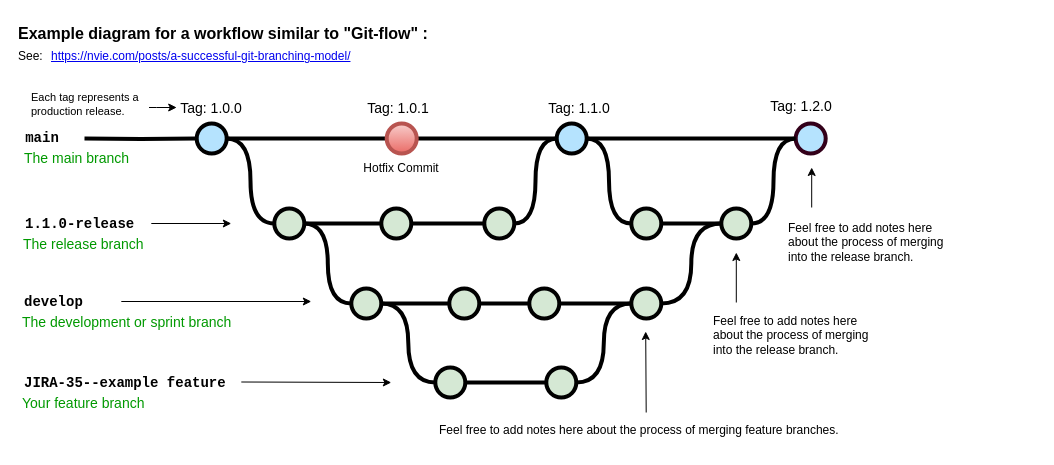
afatbenz/diagram keeps this draw.io diagram as diagram/WebUI Branching.drawio. Above is the earlier version. Source tidied: cells renumbered, new cells numbered last; positions are measured from the earlier drawing's top-left corner, leaving out a move shared by most shapes. Both pictures are drawn from the tidied source at 100%, with x=0, y=0 at pixel (16, 17).
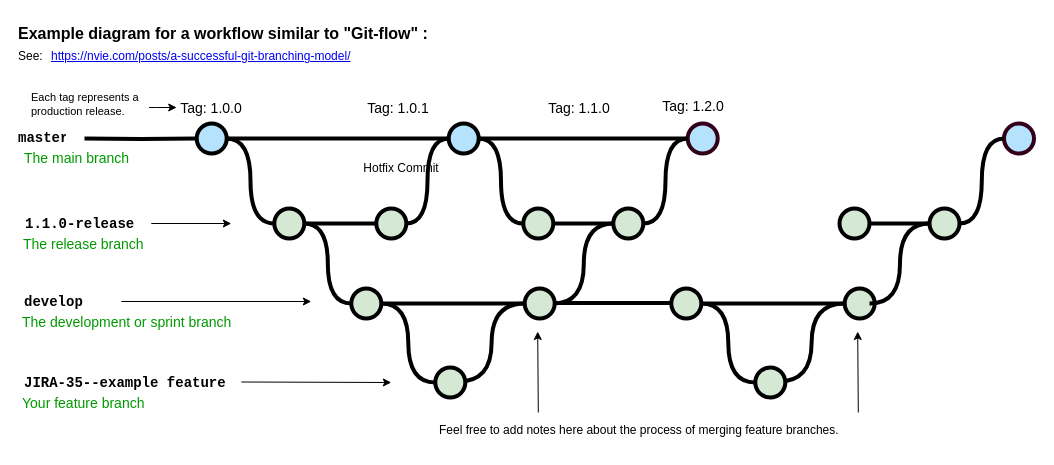
The same diagram, later.

Unchanged cells that the change refers to:
```xml
<mxCell id="5" style="verticalLabelPosition=bottom;verticalAlign=top;html=1;strokeWidth=4;shape=mxgraph.flowchart.on-page_reference;plain-blue;gradientColor=none;fillColor=#B5E3Fe;strokeColor=#000000;" parent="1" vertex="1">
  <mxGeometry x="180.2" y="106" width="30" height="30" as="geometry" />
</mxCell>
<mxCell id="13" style="verticalLabelPosition=bottom;verticalAlign=top;html=1;strokeWidth=4;shape=mxgraph.flowchart.on-page_reference;plain-purple;gradientColor=none;strokeColor=#000000;fillColor=#D5E8D4;" parent="1" vertex="1">
  <mxGeometry x="257.8" y="191" width="30" height="30" as="geometry" />
</mxCell>
<mxCell id="52" value="&lt;div style=&quot;&quot;&gt;&lt;span&gt;Feel free to add notes here about the process of merging feature branches.&lt;/span&gt;&lt;/div&gt;" style="text;html=1;strokeColor=none;fillColor=none;align=left;verticalAlign=middle;whiteSpace=wrap;overflow=hidden;fontSize=12;fontStyle=0;fontColor=#000000;" parent="1" vertex="1">
  <mxGeometry x="420.6" y="395" width="418.2" height="36" as="geometry" />
</mxCell>
```

Change to the diagram source:
```diff
@@
-    <mxCell id="3" style="edgeStyle=orthogonalEdgeStyle;rounded=0;html=1;jettySize=auto;plain-blue;endArrow=none;endFill=0;strokeWidth=4;strokeColor=#000000;entryX=0;entryY=0.5;entryDx=0;entryDy=0;entryPerimeter=0;" parent="1" edge="1" source="5" target="61">
+    <mxCell id="3" style="edgeStyle=orthogonalEdgeStyle;rounded=0;html=1;jettySize=auto;plain-blue;endArrow=none;endFill=0;strokeWidth=4;strokeColor=#000000;entryX=0;entryY=0.5;entryDx=0;entryDy=0;entryPerimeter=0;" parent="1" edge="1" source="5" target="8">
       <mxGeometry x="292.2" y="211" as="geometry" />
     </mxCell>
@@
     <mxCell id="8" style="verticalLabelPosition=bottom;verticalAlign=top;html=1;strokeWidth=4;shape=mxgraph.flowchart.on-page_reference;plain-blue;gradientColor=none;strokeColor=#000000;fillColor=#B5E3FE;" parent="1" vertex="1">
-      <mxGeometry x="540.2" y="106" width="30" height="30" as="geometry" />
+      <mxGeometry x="432.2" y="106" width="30" height="30" as="geometry" />
     </mxCell>
     <mxCell id="9" style="verticalLabelPosition=bottom;verticalAlign=top;html=1;strokeWidth=4;shape=mxgraph.flowchart.on-page_reference;plain-blue;gradientColor=none;strokeColor=#33001A;fillColor=#B5E3FE;" parent="1" vertex="1">
-      <mxGeometry x="779.2" y="106" width="30" height="30" as="geometry" />
+      <mxGeometry x="671.2" y="106" width="30" height="30" as="geometry" />
     </mxCell>
@@
-    <mxCell id="11" value="main" style="text;html=1;strokeColor=none;fillColor=none;align=center;verticalAlign=middle;whiteSpace=wrap;overflow=hidden;fontSize=14;fontStyle=1;fontFamily=Courier New;" parent="1" vertex="1">
+    <mxCell id="11" value="master" style="text;html=1;strokeColor=none;fillColor=none;align=center;verticalAlign=middle;whiteSpace=wrap;overflow=hidden;fontSize=14;fontStyle=1;fontFamily=Courier New;" parent="1" vertex="1">
       <mxGeometry x="1" y="100" width="50" height="42" as="geometry" />
     </mxCell>
-    <mxCell id="12" style="edgeStyle=orthogonalEdgeStyle;curved=1;rounded=0;html=1;exitX=1;exitY=0.5;exitPerimeter=0;endArrow=none;endFill=0;jettySize=auto;strokeWidth=4;fontSize=15;" parent="1" edge="1" source="13" target="15">
-      <mxGeometry relative="1" as="geometry" />
+    <mxCell id="12" style="edgeStyle=orthogonalEdgeStyle;curved=1;rounded=0;html=1;exitX=1;exitY=0.5;exitPerimeter=0;endArrow=none;endFill=0;jettySize=auto;strokeWidth=4;fontSize=15;" parent="1" edge="1" source="13">
+      <mxGeometry relative="1" as="geometry">
+        <mxPoint x="364.8" y="206" as="targetPoint" />
+      </mxGeometry>
     </mxCell>
@@
-    <mxCell id="14" style="edgeStyle=orthogonalEdgeStyle;curved=1;rounded=0;html=1;exitX=1;exitY=0.5;exitPerimeter=0;entryX=0;entryY=0.5;entryPerimeter=0;endArrow=none;endFill=0;jettySize=auto;strokeWidth=4;fontSize=15;" parent="1" edge="1" source="15" target="17">
-      <mxGeometry relative="1" as="geometry" />
-    </mxCell>
-    <mxCell id="15" style="verticalLabelPosition=bottom;verticalAlign=top;html=1;strokeWidth=4;shape=mxgraph.flowchart.on-page_reference;plain-purple;gradientColor=none;strokeColor=#000000;fillColor=#D5E8D4;" parent="1" vertex="1">
-      <mxGeometry x="364.8" y="191" width="30" height="30" as="geometry" />
-    </mxCell>
@@
     <mxCell id="17" style="verticalLabelPosition=bottom;verticalAlign=top;html=1;strokeWidth=4;shape=mxgraph.flowchart.on-page_reference;plain-purple;gradientColor=none;strokeColor=#000000;fillColor=#D5E8D4;" parent="1" vertex="1">
-      <mxGeometry x="467.8" y="191" width="30" height="30" as="geometry" />
+      <mxGeometry x="359.8" y="191" width="30" height="30" as="geometry" />
     </mxCell>
@@
-    <mxCell id="23" style="edgeStyle=orthogonalEdgeStyle;curved=1;rounded=0;jettySize=auto;html=1;endArrow=none;endFill=0;strokeWidth=4;" parent="1" edge="1" source="24" target="26">
-      <mxGeometry relative="1" as="geometry" />
-    </mxCell>
-    <mxCell id="24" style="verticalLabelPosition=bottom;verticalAlign=top;html=1;strokeWidth=4;shape=mxgraph.flowchart.on-page_reference;plain-purple;gradientColor=none;strokeColor=#000000;fillColor=#D5E8D4;" parent="1" vertex="1">
-      <mxGeometry x="432.8" y="271" width="30" height="30" as="geometry" />
-    </mxCell>
-    <mxCell id="25" style="edgeStyle=orthogonalEdgeStyle;curved=1;rounded=0;jettySize=auto;html=1;endArrow=none;endFill=0;strokeWidth=4;fontFamily=Courier New;fontColor=#009900;" parent="1" edge="1" source="26" target="28">
-      <mxGeometry relative="1" as="geometry" />
-    </mxCell>
-    <mxCell id="26" style="verticalLabelPosition=bottom;verticalAlign=top;html=1;strokeWidth=4;shape=mxgraph.flowchart.on-page_reference;plain-purple;gradientColor=none;strokeColor=#000000;fillColor=#D5E8D4;" parent="1" vertex="1">
-      <mxGeometry x="512.8" y="271" width="30" height="30" as="geometry" />
-    </mxCell>
-    <mxCell id="27" style="edgeStyle=orthogonalEdgeStyle;curved=1;rounded=0;jettySize=auto;html=1;entryX=0;entryY=0.5;entryDx=0;entryDy=0;entryPerimeter=0;endArrow=none;endFill=0;strokeWidth=4;fontFamily=Courier New;fontColor=#009900;" parent="1" edge="1" source="28" target="47">
-      <mxGeometry relative="1" as="geometry" />
+    <mxCell id="27" style="edgeStyle=orthogonalEdgeStyle;curved=1;rounded=0;jettySize=auto;html=1;entryX=0;entryY=0.5;entryDx=0;entryDy=0;entryPerimeter=0;endArrow=none;endFill=0;strokeWidth=4;fontFamily=Courier New;fontColor=#009900;" parent="1" edge="1" target="47">
+      <mxGeometry relative="1" as="geometry">
+        <mxPoint x="536.8" y="286" as="sourcePoint" />
+      </mxGeometry>
     </mxCell>
-    <mxCell id="28" style="verticalLabelPosition=bottom;verticalAlign=top;html=1;strokeWidth=4;shape=mxgraph.flowchart.on-page_reference;plain-purple;gradientColor=none;strokeColor=#000000;fillColor=#D5E8D4;" parent="1" vertex="1">
-      <mxGeometry x="614.8" y="271" width="30" height="30" as="geometry" />
-    </mxCell>
@@
-    <mxCell id="30" style="edgeStyle=orthogonalEdgeStyle;rounded=0;jettySize=auto;html=1;endArrow=none;endFill=0;strokeWidth=4;" parent="1" edge="1" source="31" target="33">
-      <mxGeometry relative="1" as="geometry" />
-    </mxCell>
-    <mxCell id="31" style="verticalLabelPosition=bottom;verticalAlign=top;html=1;strokeWidth=4;shape=mxgraph.flowchart.on-page_reference;plain-purple;gradientColor=none;strokeColor=#000000;fillColor=#D5E8D4;" parent="1" vertex="1">
-      <mxGeometry x="418.8" y="350" width="30" height="30" as="geometry" />
-    </mxCell>
-    <mxCell id="32" style="edgeStyle=orthogonalEdgeStyle;curved=1;rounded=0;jettySize=auto;html=1;exitX=1;exitY=0.5;exitDx=0;exitDy=0;exitPerimeter=0;entryX=0;entryY=0.5;entryDx=0;entryDy=0;entryPerimeter=0;endArrow=none;endFill=0;strokeWidth=4;fontFamily=Courier New;fontColor=#009900;" parent="1" edge="1" source="33" target="28">
-      <mxGeometry relative="1" as="geometry" />
-    </mxCell>
-    <mxCell id="33" style="verticalLabelPosition=bottom;verticalAlign=top;html=1;strokeWidth=4;shape=mxgraph.flowchart.on-page_reference;plain-purple;gradientColor=none;strokeColor=#000000;fillColor=#D5E8D4;" parent="1" vertex="1">
-      <mxGeometry x="529.8" y="350" width="30" height="30" as="geometry" />
-    </mxCell>
@@
     <mxCell id="45" style="verticalLabelPosition=bottom;verticalAlign=top;html=1;strokeWidth=4;shape=mxgraph.flowchart.on-page_reference;plain-purple;gradientColor=none;strokeColor=#000000;fillColor=#D5E8D4;" parent="1" vertex="1">
-      <mxGeometry x="614.8" y="191" width="30" height="30" as="geometry" />
+      <mxGeometry x="506.8" y="191" width="30" height="30" as="geometry" />
     </mxCell>
@@
     <mxCell id="47" style="verticalLabelPosition=bottom;verticalAlign=top;html=1;strokeWidth=4;shape=mxgraph.flowchart.on-page_reference;plain-purple;gradientColor=none;strokeColor=#000000;fillColor=#D5E8D4;" parent="1" vertex="1">
-      <mxGeometry x="704.8" y="191" width="30" height="30" as="geometry" />
+      <mxGeometry x="596.8" y="191" width="30" height="30" as="geometry" />
     </mxCell>
     <mxCell id="48" value="Tag: 1.2.0" style="text;html=1;strokeColor=none;fillColor=none;align=center;verticalAlign=middle;whiteSpace=wrap;overflow=hidden;fontSize=14;" parent="1" vertex="1">
-      <mxGeometry x="730.2" y="78" width="110" height="20" as="geometry" />
+      <mxGeometry x="622.2" y="78" width="110" height="20" as="geometry" />
     </mxCell>
-    <mxCell id="49" style="endArrow=classic;html=1;strokeWidth=1;fontFamily=Courier New;fontColor=#009900;exitX=0.5;exitY=0;exitDx=0;exitDy=0;" parent="1" edge="1" source="52">
+    <mxCell id="49" style="endArrow=classic;html=1;strokeWidth=1;fontFamily=Courier New;fontColor=#009900;exitX=0.5;exitY=0;exitDx=0;exitDy=0;" parent="1" edge="1">
       <mxGeometry relative="1" as="geometry">
-        <mxPoint x="629.2" y="314" as="targetPoint" />
+        <mxPoint x="521.8" y="395" as="sourcePoint" />
+        <mxPoint x="521.2" y="314" as="targetPoint" />
       </mxGeometry>
     </mxCell>
-    <mxCell id="50" style="endArrow=classic;html=1;strokeWidth=1;fontFamily=Courier New;fontColor=#009900;" parent="1" edge="1">
-      <mxGeometry relative="1" as="geometry">
-        <mxPoint x="719.8" y="285" as="sourcePoint" />
-        <mxPoint x="719.8" y="235" as="targetPoint" />
-      </mxGeometry>
-    </mxCell>
-    <mxCell id="51" value="&lt;span style=&quot;text-align: center&quot;&gt;Feel free to add notes here about the process of merging into the release branch.&lt;br&gt;&lt;/span&gt;" style="text;html=1;strokeColor=none;fillColor=none;align=left;verticalAlign=middle;whiteSpace=wrap;overflow=hidden;fontSize=12;fontStyle=0;fontColor=#000000;" parent="1" vertex="1">
-      <mxGeometry x="694.8" y="285" width="163.2" height="66" as="geometry" />
-    </mxCell>
@@
-    <mxCell id="58" style="endArrow=classic;html=1;strokeWidth=1;fontFamily=Courier New;fontColor=#009900;" parent="1" edge="1">
-      <mxGeometry relative="1" as="geometry">
-        <mxPoint x="795.2" y="190" as="sourcePoint" />
-        <mxPoint x="795.2" y="150" as="targetPoint" />
-      </mxGeometry>
-    </mxCell>
-    <mxCell id="59" value="&lt;span style=&quot;text-align: center&quot;&gt;Feel free to add notes here about the process of merging into the release branch.&lt;br&gt;&lt;br&gt;&lt;/span&gt;" style="text;html=1;strokeColor=none;fillColor=none;align=left;verticalAlign=middle;whiteSpace=wrap;overflow=hidden;fontSize=12;fontStyle=0;fontColor=#000000;" parent="1" vertex="1">
-      <mxGeometry x="770.2" y="191" width="167.8" height="81" as="geometry" />
-    </mxCell>
-    <mxCell id="60" style="edgeStyle=orthogonalEdgeStyle;rounded=0;jettySize=auto;html=1;fontSize=15;endArrow=none;endFill=0;strokeWidth=4;entryX=0;entryY=0.5;entryDx=0;entryDy=0;entryPerimeter=0;" parent="1" edge="1" source="61" target="8">
-      <mxGeometry relative="1" as="geometry" />
-    </mxCell>
-    <mxCell id="61" style="verticalLabelPosition=bottom;verticalAlign=top;html=1;strokeWidth=4;shape=mxgraph.flowchart.on-page_reference;plain-blue;gradientColor=#EA6B66;strokeColor=#B85450;fillColor=#F8CECC;" parent="1" vertex="1">
-      <mxGeometry x="370.2" y="106" width="30" height="30" as="geometry" />
-    </mxCell>
@@
+    <mxCell id="63" style="edgeStyle=orthogonalEdgeStyle;curved=1;rounded=0;jettySize=auto;html=1;exitX=1;exitY=0.5;exitDx=0;exitDy=0;exitPerimeter=0;entryX=0;entryY=0.5;entryDx=0;entryDy=0;entryPerimeter=0;endArrow=none;endFill=0;strokeWidth=4;fontFamily=Courier New;fontColor=#009900;" parent="1" edge="1" target="24">
+      <mxGeometry relative="1" as="geometry">
+        <mxPoint x="441" y="364" as="sourcePoint" />
+      </mxGeometry>
+    </mxCell>
+    <mxCell id="24" style="verticalLabelPosition=bottom;verticalAlign=top;html=1;strokeWidth=4;shape=mxgraph.flowchart.on-page_reference;plain-purple;gradientColor=none;strokeColor=#000000;fillColor=#D5E8D4;" parent="1" vertex="1">
+      <mxGeometry x="508.2" y="271" width="30" height="30" as="geometry" />
+    </mxCell>
+    <mxCell id="31" style="verticalLabelPosition=bottom;verticalAlign=top;html=1;strokeWidth=4;shape=mxgraph.flowchart.on-page_reference;plain-purple;gradientColor=none;strokeColor=#000000;fillColor=#D5E8D4;" parent="1" vertex="1">
+      <mxGeometry x="418.8" y="350" width="30" height="30" as="geometry" />
+    </mxCell>
+    <mxCell id="64" style="edgeStyle=orthogonalEdgeStyle;rounded=0;jettySize=auto;html=1;endArrow=none;endFill=0;strokeWidth=4;" parent="1" edge="1" source="77" target="68">
+      <mxGeometry relative="1" as="geometry" />
+    </mxCell>
+    <mxCell id="65" style="edgeStyle=orthogonalEdgeStyle;curved=1;rounded=0;jettySize=auto;html=1;exitX=1;exitY=0.5;exitDx=0;exitDy=0;exitPerimeter=0;entryX=0;entryY=0.5;entryDx=0;entryDy=0;entryPerimeter=0;endArrow=none;endFill=0;strokeWidth=4;fontFamily=Courier New;fontColor=#009900;" parent="1" edge="1" source="77" target="69">
+      <mxGeometry relative="1" as="geometry" />
+    </mxCell>
+    <mxCell id="66" style="endArrow=classic;html=1;strokeWidth=1;fontFamily=Courier New;fontColor=#009900;exitX=0.5;exitY=0;exitDx=0;exitDy=0;" parent="1" edge="1">
+      <mxGeometry relative="1" as="geometry">
+        <mxPoint x="841.8" y="395" as="sourcePoint" />
+        <mxPoint x="841.2" y="314" as="targetPoint" />
+      </mxGeometry>
+    </mxCell>
+    <mxCell id="67" style="edgeStyle=orthogonalEdgeStyle;curved=1;rounded=0;jettySize=auto;html=1;exitX=1;exitY=0.5;exitDx=0;exitDy=0;exitPerimeter=0;entryX=0;entryY=0.5;entryDx=0;entryDy=0;entryPerimeter=0;endArrow=none;endFill=0;strokeWidth=4;fontFamily=Courier New;fontColor=#009900;" parent="1" edge="1" target="68">
+      <mxGeometry relative="1" as="geometry">
+        <mxPoint x="761" y="364" as="sourcePoint" />
+      </mxGeometry>
+    </mxCell>
+    <mxCell id="68" style="verticalLabelPosition=bottom;verticalAlign=top;html=1;strokeWidth=4;shape=mxgraph.flowchart.on-page_reference;plain-purple;gradientColor=none;strokeColor=#000000;fillColor=#D5E8D4;" parent="1" vertex="1">
+      <mxGeometry x="828.2" y="271" width="30" height="30" as="geometry" />
+    </mxCell>
+    <mxCell id="69" style="verticalLabelPosition=bottom;verticalAlign=top;html=1;strokeWidth=4;shape=mxgraph.flowchart.on-page_reference;plain-purple;gradientColor=none;strokeColor=#000000;fillColor=#D5E8D4;" parent="1" vertex="1">
+      <mxGeometry x="738.8" y="350" width="30" height="30" as="geometry" />
+    </mxCell>
+    <mxCell id="70" style="verticalLabelPosition=bottom;verticalAlign=top;html=1;strokeWidth=4;shape=mxgraph.flowchart.on-page_reference;plain-blue;gradientColor=none;strokeColor=#33001A;fillColor=#B5E3FE;" parent="1" vertex="1">
+      <mxGeometry x="987.5" y="106" width="30" height="30" as="geometry" />
+    </mxCell>
+    <mxCell id="71" style="edgeStyle=orthogonalEdgeStyle;curved=1;rounded=0;jettySize=auto;html=1;entryX=0;entryY=0.5;entryDx=0;entryDy=0;entryPerimeter=0;endArrow=none;endFill=0;strokeWidth=4;fontFamily=Courier New;fontColor=#009900;" parent="1" edge="1" target="75">
+      <mxGeometry relative="1" as="geometry">
+        <mxPoint x="853" y="286" as="sourcePoint" />
+      </mxGeometry>
+    </mxCell>
+    <mxCell id="72" style="edgeStyle=orthogonalEdgeStyle;curved=1;rounded=0;jettySize=auto;html=1;endArrow=none;endFill=0;strokeWidth=4;fontFamily=Courier New;fontColor=#009900;" parent="1" edge="1" source="73" target="75">
+      <mxGeometry relative="1" as="geometry" />
+    </mxCell>
+    <mxCell id="73" style="verticalLabelPosition=bottom;verticalAlign=top;html=1;strokeWidth=4;shape=mxgraph.flowchart.on-page_reference;plain-purple;gradientColor=none;strokeColor=#000000;fillColor=#D5E8D4;" parent="1" vertex="1">
+      <mxGeometry x="823" y="191" width="30" height="30" as="geometry" />
+    </mxCell>
+    <mxCell id="74" style="edgeStyle=orthogonalEdgeStyle;curved=1;rounded=0;jettySize=auto;html=1;entryX=0;entryY=0.5;entryDx=0;entryDy=0;entryPerimeter=0;endArrow=none;endFill=0;strokeWidth=4;fontFamily=Courier New;fontColor=#009900;" parent="1" edge="1" source="75" target="70">
+      <mxGeometry relative="1" as="geometry" />
+    </mxCell>
+    <mxCell id="75" style="verticalLabelPosition=bottom;verticalAlign=top;html=1;strokeWidth=4;shape=mxgraph.flowchart.on-page_reference;plain-purple;gradientColor=none;strokeColor=#000000;fillColor=#D5E8D4;" parent="1" vertex="1">
+      <mxGeometry x="913" y="191" width="30" height="30" as="geometry" />
+    </mxCell>
+    <mxCell id="76" style="edgeStyle=orthogonalEdgeStyle;rounded=0;orthogonalLoop=1;jettySize=auto;html=1;endArrow=none;endFill=0;strokeWidth=4;" parent="1" edge="1">
+      <mxGeometry relative="1" as="geometry">
+        <mxPoint x="536.8" y="285.6" as="sourcePoint" />
+        <mxPoint x="679.8" y="285.6" as="targetPoint" />
+      </mxGeometry>
+    </mxCell>
+    <mxCell id="77" style="verticalLabelPosition=bottom;verticalAlign=top;html=1;strokeWidth=4;shape=mxgraph.flowchart.on-page_reference;plain-purple;gradientColor=none;strokeColor=#000000;fillColor=#D5E8D4;" parent="1" vertex="1">
+      <mxGeometry x="654.8" y="271" width="30" height="30" as="geometry" />
+    </mxCell>
```
